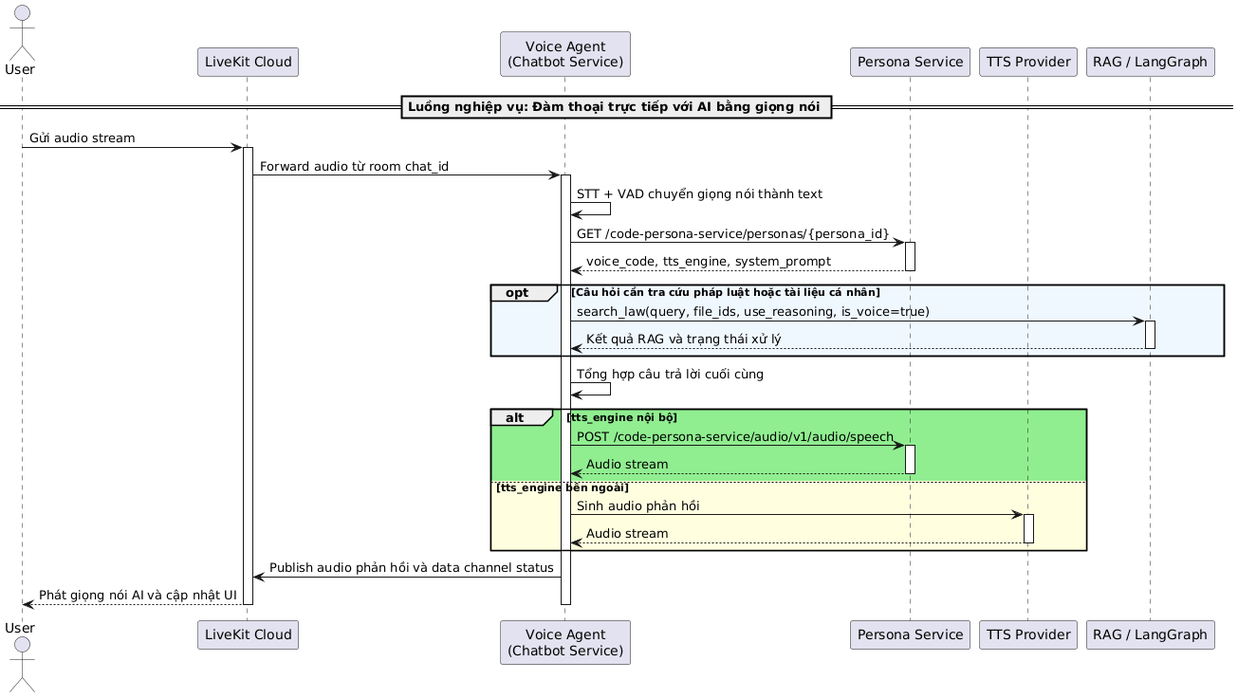
20206205Tech/docs-latex keeps this PlantUML diagram as latex/contents/Sequence/UML-Sequence-37.png. Above is the earlier version. Source of this version:
```plantuml
@startuml
actor "User" as User
participant "LiveKit Cloud" as LiveKit
participant "Voice Agent\n(Chatbot Service)" as VoiceAgent
participant "Persona Service" as PersonaService
participant "TTS Provider" as TTSProvider
participant "RAG / LangGraph" as RAG

== Luồng nghiệp vụ: Đàm thoại trực tiếp với AI bằng giọng nói ==

User -> LiveKit: Gửi audio stream
activate LiveKit
LiveKit -> VoiceAgent: Forward audio từ room chat_id
activate VoiceAgent

VoiceAgent -> VoiceAgent: STT + VAD chuyển giọng nói thành text
VoiceAgent -> PersonaService: GET /code-persona-service/personas/{persona_id}
activate PersonaService
PersonaService --> VoiceAgent: voice_code, tts_engine, system_prompt
deactivate PersonaService

opt #AliceBlue Câu hỏi cần tra cứu pháp luật hoặc tài liệu cá nhân
    VoiceAgent -> RAG: search_law(query, file_ids, use_reasoning, is_voice=true)
    activate RAG
    RAG --> VoiceAgent: Kết quả RAG và trạng thái xử lý
    deactivate RAG
end

VoiceAgent -> VoiceAgent: Tổng hợp câu trả lời cuối cùng

alt #LightGreen tts_engine nội bộ
    VoiceAgent -> PersonaService: POST /code-persona-service/audio/v1/audio/speech
    activate PersonaService
    PersonaService --> VoiceAgent: Audio stream
    deactivate PersonaService
else #LightYellow tts_engine bên ngoài
    VoiceAgent -> TTSProvider: Sinh audio phản hồi
    activate TTSProvider
    TTSProvider --> VoiceAgent: Audio stream
    deactivate TTSProvider
end

VoiceAgent -> LiveKit: Publish audio phản hồi và data channel status
LiveKit --> User: Phát giọng nói AI và cập nhật UI
deactivate VoiceAgent
deactivate LiveKit
@enduml
```
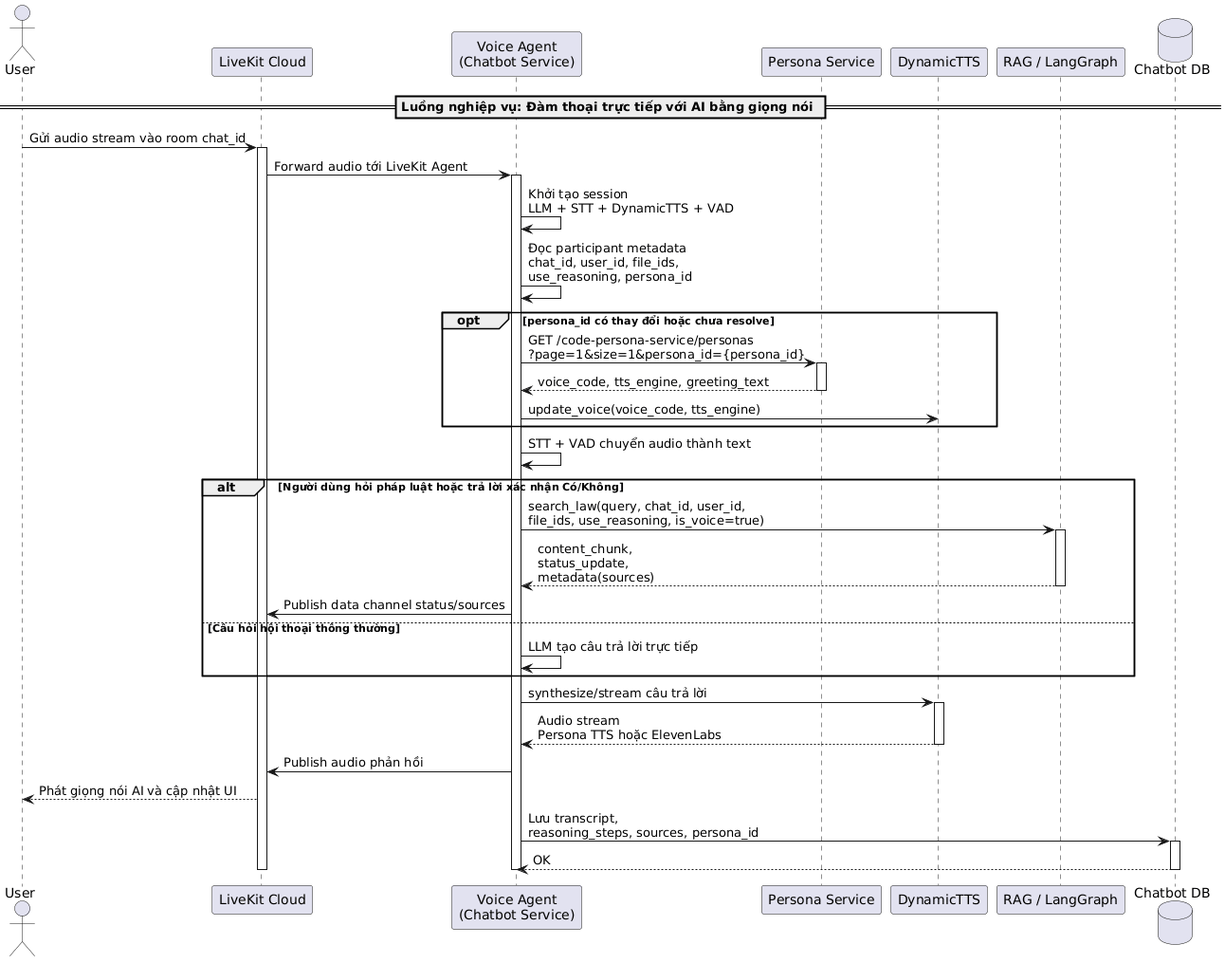
Above is the later version.

Change to the diagram source:
```diff
@@ -3,45 +3,53 @@
 participant "LiveKit Cloud" as LiveKit
 participant "Voice Agent\n(Chatbot Service)" as VoiceAgent
 participant "Persona Service" as PersonaService
-participant "TTS Provider" as TTSProvider
+participant "DynamicTTS" as DynamicTTS
 participant "RAG / LangGraph" as RAG
+database "Chatbot DB" as ChatbotDB
 
 == Luồng nghiệp vụ: Đàm thoại trực tiếp với AI bằng giọng nói ==
 
-User -> LiveKit: Gửi audio stream
+User -> LiveKit: Gửi audio stream vào room chat_id
 activate LiveKit
-LiveKit -> VoiceAgent: Forward audio từ room chat_id
+LiveKit -> VoiceAgent: Forward audio tới LiveKit Agent
 activate VoiceAgent
 
-VoiceAgent -> VoiceAgent: STT + VAD chuyển giọng nói thành text
-VoiceAgent -> PersonaService: GET /code-persona-service/personas/{persona_id}
+VoiceAgent -> VoiceAgent: Khởi tạo session\nLLM + STT + DynamicTTS + VAD
+VoiceAgent -> VoiceAgent: Đọc participant metadata\nchat_id, user_id, file_ids,\nuse_reasoning, persona_id
+
+opt persona_id có thay đổi hoặc chưa resolve
+VoiceAgent -> PersonaService: GET /code-persona-service/personas\n?page=1&size=1&persona_id={persona_id}
 activate PersonaService
-PersonaService --> VoiceAgent: voice_code, tts_engine, system_prompt
+PersonaService --> VoiceAgent: voice_code, tts_engine, greeting_text
 deactivate PersonaService
-
-opt #AliceBlue Câu hỏi cần tra cứu pháp luật hoặc tài liệu cá nhân
-    VoiceAgent -> RAG: search_law(query, file_ids, use_reasoning, is_voice=true)
-    activate RAG
-    RAG --> VoiceAgent: Kết quả RAG và trạng thái xử lý
-    deactivate RAG
+VoiceAgent -> DynamicTTS: update_voice(voice_code, tts_engine)
 end
 
-VoiceAgent -> VoiceAgent: Tổng hợp câu trả lời cuối cùng
+VoiceAgent -> VoiceAgent: STT + VAD chuyển audio thành text
 
-alt #LightGreen tts_engine nội bộ
-    VoiceAgent -> PersonaService: POST /code-persona-service/audio/v1/audio/speech
-    activate PersonaService
-    PersonaService --> VoiceAgent: Audio stream
-    deactivate PersonaService
-else #LightYellow tts_engine bên ngoài
-    VoiceAgent -> TTSProvider: Sinh audio phản hồi
-    activate TTSProvider
-    TTSProvider --> VoiceAgent: Audio stream
-    deactivate TTSProvider
+alt Người dùng hỏi pháp luật hoặc trả lời xác nhận Có/Không
+VoiceAgent -> RAG: search_law(query, chat_id, user_id,\nfile_ids, use_reasoning, is_voice=true)
+activate RAG
+RAG --> VoiceAgent: content_chunk,\nstatus_update,\nmetadata(sources)
+deactivate RAG
+VoiceAgent -> LiveKit: Publish data channel status/sources
+else Câu hỏi hội thoại thông thường
+VoiceAgent -> VoiceAgent: LLM tạo câu trả lời trực tiếp
 end
 
-VoiceAgent -> LiveKit: Publish audio phản hồi và data channel status
+VoiceAgent -> DynamicTTS: synthesize/stream câu trả lời
+activate DynamicTTS
+DynamicTTS --> VoiceAgent: Audio stream\nPersona TTS hoặc ElevenLabs
+deactivate DynamicTTS
+
+VoiceAgent -> LiveKit: Publish audio phản hồi
 LiveKit --> User: Phát giọng nói AI và cập nhật UI
+
+VoiceAgent -> ChatbotDB: Lưu transcript,\nreasoning_steps, sources, persona_id
+activate ChatbotDB
+ChatbotDB --> VoiceAgent: OK
+deactivate ChatbotDB
+
 deactivate VoiceAgent
 deactivate LiveKit
 @enduml
```
